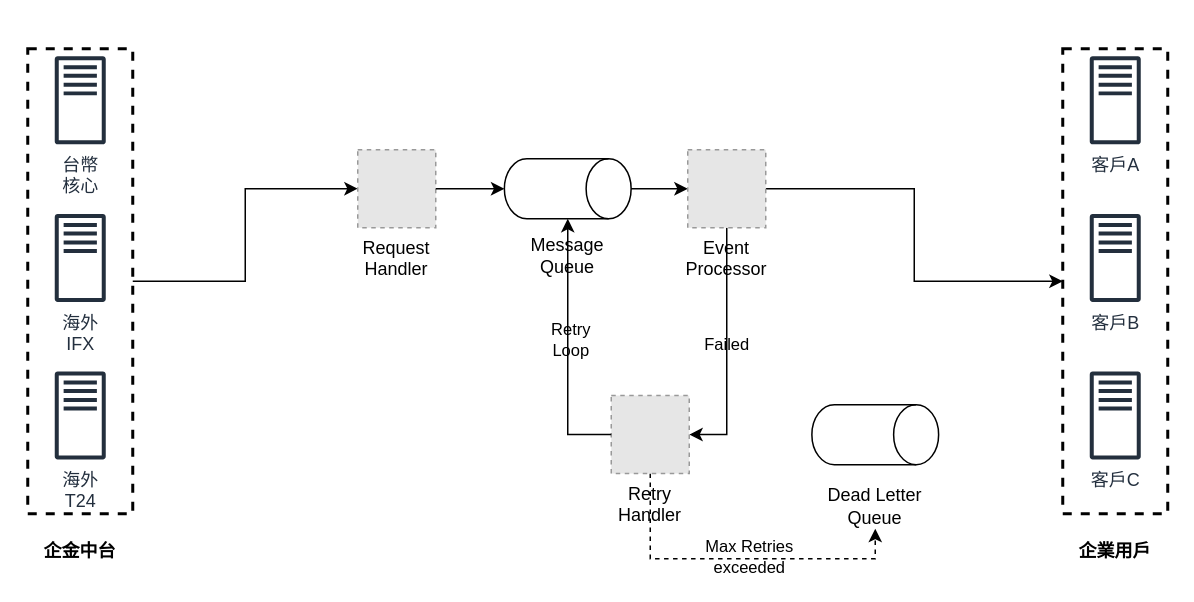
Before: page "MessageQueue架構" (4 of 4) of 主動入金通知.drawio in Wayne-Kao/draw.io, a draw.io diagram. Source tidied: cells renumbered, new cells numbered last; positions are measured from the earlier drawing's top-left corner, leaving out a move shared by most shapes. Both pictures are drawn from the tidied source at 150%, with x=0, y=0 at pixel (27, 48). Pictures stored in the file or linked from it are replaced by grey dashed boxes.
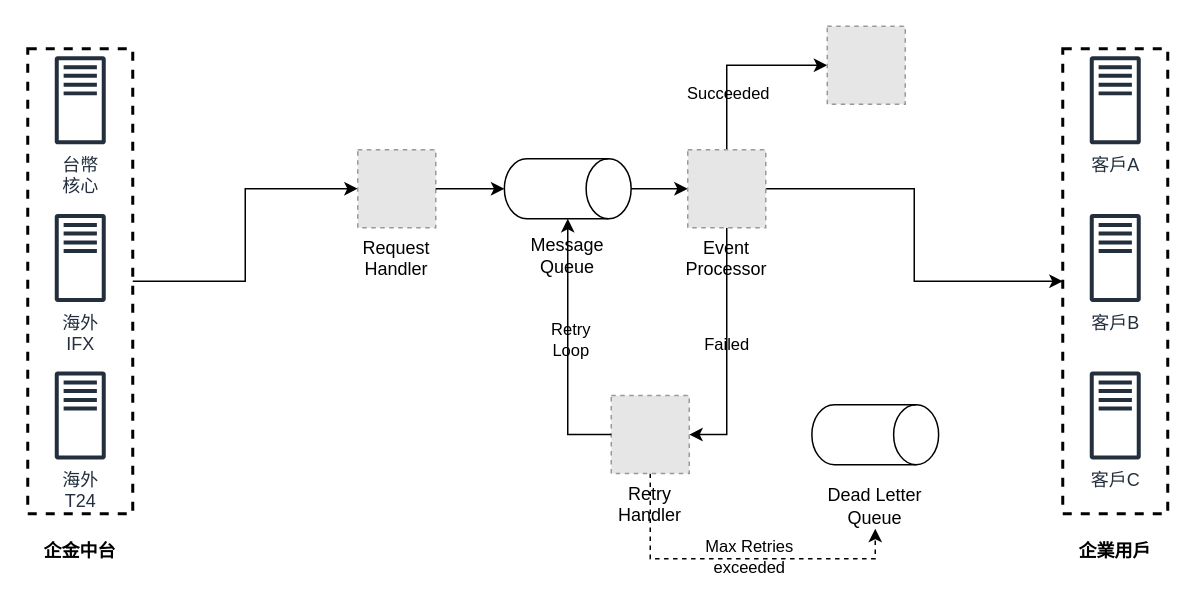
The same page after the edit.

Commit message:
更新主動入金通知.drawio

The change refers to these unchanged cells:
```xml
<mxCell id="15" value="Event&#10;Processor" style="fillColor=#E6E6E6;strokeColor=#999999;dashed=1;verticalLabelPosition=bottom;labelBackgroundColor=none;verticalAlign=top;" parent="1" vertex="1">
  <mxGeometry x="440" y="67.3" width="52" height="52" as="geometry" />
</mxCell>
```

The edit, as a diff of the source:
```diff
@@
+    <mxCell id="29" style="edgeStyle=orthogonalEdgeStyle;rounded=0;jettySize=auto;html=1;entryX=0;entryY=0.5;entryDx=0;entryDy=0;exitX=0.5;exitY=0;exitDx=0;exitDy=0;" parent="1" edge="1" source="15" target="31">
+      <mxGeometry relative="1" as="geometry">
+        <Array as="points">
+          <mxPoint x="466" y="11" />
+        </Array>
+      </mxGeometry>
+    </mxCell>
+    <mxCell id="30" value="Succeeded" style="edgeLabel;html=1;align=center;verticalAlign=middle;labelBackgroundColor=none;" parent="29" vertex="1">
+      <mxGeometry x="-0.39" relative="1" as="geometry" />
+    </mxCell>
@@
+    <mxCell id="31" style="fillColor=#E6E6E6;strokeColor=#999999;dashed=1;verticalLabelPosition=bottom;labelBackgroundColor=default;verticalAlign=top;" parent="1" vertex="1">
+      <mxGeometry x="533" y="-15" width="52" height="52" as="geometry" />
+    </mxCell>
```
